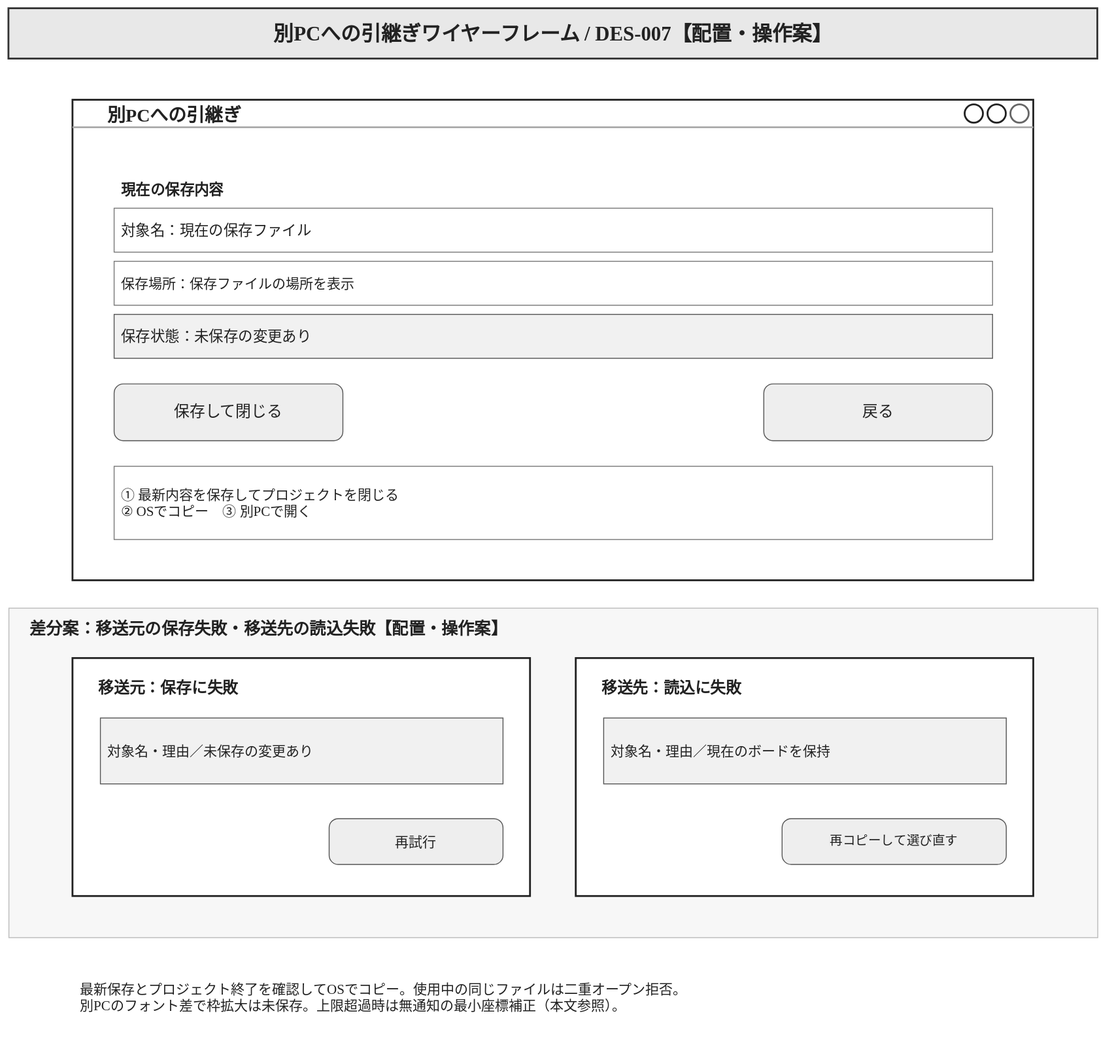
Before: docs/product-design/screen-design/diagrams/transfer-layout.drawio.svg, a diagram exported from draw.io (myzkkzy/reference-app). Source tidied: cells renumbered, new cells last; positions are measured from the earlier drawing's top-left corner, leaving out a move shared by most shapes. Source of this version:
```xml
<mxGraphModel>
  <root>
    <mxCell id="0" />
    <mxCell id="1" parent="0" />
    <mxCell id="2" value="別PCへの引継ぎワイヤーフレーム / DES-007【配置・操作案】" style="rounded=0;fillColor=#E8E8E8;strokeColor=#333333;strokeWidth=2;fontStyle=1;whiteSpace=wrap;html=0;fontFamily=Yu Gothic;fontSize=22;fontColor=#222222;align=center;verticalAlign=middle;spacing=8;" parent="1" vertex="1">
      <mxGeometry width="1190" height="55" as="geometry" />
    </mxCell>
    <mxCell id="3" style="rounded=0;fillColor=#FFFFFF;strokeColor=#222222;strokeWidth=2;whiteSpace=wrap;html=0;fontFamily=Yu Gothic;fontSize=15;fontColor=#222222;align=left;verticalAlign=top;spacing=3;shape=mxgraph.mockup.containers.window;mainText=;strokeColor2=#666666;strokeColor3=#aaaaaa;gradientColor=none;spacingTop=3;" parent="1" vertex="1">
      <mxGeometry x="70" y="100" width="1050" height="525" as="geometry" />
    </mxCell>
    <mxCell id="4" value="別PCへの引継ぎ" style="rounded=0;fillColor=none;strokeColor=none;fontStyle=1;whiteSpace=wrap;html=0;fontFamily=Yu Gothic;fontSize=20;fontColor=#222222;align=left;verticalAlign=middle;spacing=8;" parent="1" vertex="1">
      <mxGeometry x="100" y="101" width="980" height="29" as="geometry" />
    </mxCell>
    <mxCell id="5" value="現在の保存内容" style="rounded=0;fillColor=none;strokeColor=none;fontStyle=1;whiteSpace=wrap;html=0;fontFamily=Yu Gothic;fontSize=16;fontColor=#222222;align=left;verticalAlign=middle;spacing=8;" parent="1" vertex="1">
      <mxGeometry x="115" y="183" width="960" height="30" as="geometry" />
    </mxCell>
    <mxCell id="6" value="対象名：現在の保存ファイル" style="rounded=0;fillColor=#FFFFFF;strokeColor=#777777;strokeWidth=1;whiteSpace=wrap;html=0;fontFamily=Yu Gothic;fontSize=16;fontColor=#222222;align=left;verticalAlign=middle;spacing=8;" parent="1" vertex="1">
      <mxGeometry x="115" y="218" width="960" height="48" as="geometry" />
    </mxCell>
    <mxCell id="7" value="保存場所：保存ファイルの場所を表示" style="rounded=0;fillColor=#FFFFFF;strokeColor=#777777;strokeWidth=1;whiteSpace=wrap;html=0;fontFamily=Yu Gothic;fontSize=15;fontColor=#222222;align=left;verticalAlign=middle;spacing=8;" parent="1" vertex="1">
      <mxGeometry x="115" y="276" width="960" height="48" as="geometry" />
    </mxCell>
    <mxCell id="8" value="保存状態：未保存の変更あり" style="rounded=0;fillColor=#F1F1F1;strokeColor=#555555;strokeWidth=1;whiteSpace=wrap;html=0;fontFamily=Yu Gothic;fontSize=16;fontColor=#222222;align=left;verticalAlign=middle;spacing=8;" parent="1" vertex="1">
      <mxGeometry x="115" y="334" width="960" height="48" as="geometry" />
    </mxCell>
    <mxCell id="9" value="保存して閉じる" style="rounded=1;fillColor=#EEEEEE;strokeColor=#555555;strokeWidth=1;whiteSpace=wrap;html=0;fontFamily=Yu Gothic;fontSize=17;fontColor=#222222;align=center;verticalAlign=middle;spacing=8;shape=mxgraph.mockup.buttons.button;mainText=;buttonStyle=round;gradientColor=none;" parent="1" vertex="1">
      <mxGeometry x="115" y="410" width="250" height="62" as="geometry" />
    </mxCell>
    <mxCell id="10" value="戻る" style="rounded=1;fillColor=#EEEEEE;strokeColor=#555555;strokeWidth=1;whiteSpace=wrap;html=0;fontFamily=Yu Gothic;fontSize=17;fontColor=#222222;align=center;verticalAlign=middle;spacing=8;shape=mxgraph.mockup.buttons.button;mainText=;buttonStyle=round;gradientColor=none;" parent="1" vertex="1">
      <mxGeometry x="825" y="410" width="250" height="62" as="geometry" />
    </mxCell>
    <mxCell id="11" value="① 最新内容を保存してプロジェクトを閉じる&#10;② OSでコピー　③ 別PCで開く" style="rounded=0;fillColor=#FFFFFF;strokeColor=#777777;strokeWidth=1;whiteSpace=wrap;html=0;fontFamily=Yu Gothic;fontSize=15;fontColor=#222222;align=left;verticalAlign=middle;spacing=8;" parent="1" vertex="1">
      <mxGeometry x="115" y="500" width="960" height="80" as="geometry" />
    </mxCell>
    <mxCell id="12" style="rounded=0;fillColor=#F7F7F7;strokeColor=#BBBBBB;strokeWidth=1;whiteSpace=wrap;html=0;fontFamily=Yu Gothic;fontSize=15;fontColor=#222222;align=center;verticalAlign=middle;spacing=8;" parent="1" vertex="1">
      <mxGeometry y="655" width="1190" height="360" as="geometry" />
    </mxCell>
    <mxCell id="13" value="差分案：移送元の保存失敗・移送先の読込失敗【配置・操作案】" style="rounded=0;fillColor=none;strokeColor=none;fontStyle=1;whiteSpace=wrap;html=0;fontFamily=Yu Gothic;fontSize=18;fontColor=#222222;align=left;verticalAlign=middle;spacing=8;" parent="1" vertex="1">
      <mxGeometry x="15" y="663" width="1160" height="30" as="geometry" />
    </mxCell>
    <mxCell id="14" style="rounded=0;fillColor=#FFFFFF;strokeColor=#222222;strokeWidth=2;whiteSpace=wrap;html=0;fontFamily=Yu Gothic;fontSize=15;fontColor=#222222;align=center;verticalAlign=middle;spacing=8;" parent="1" vertex="1">
      <mxGeometry x="70" y="710" width="500" height="260" as="geometry" />
    </mxCell>
    <mxCell id="15" value="移送元：保存に失敗" style="rounded=0;fillColor=none;strokeColor=none;fontStyle=1;whiteSpace=wrap;html=0;fontFamily=Yu Gothic;fontSize=17;fontColor=#222222;align=left;verticalAlign=middle;spacing=8;" parent="1" vertex="1">
      <mxGeometry x="90" y="724" width="460" height="37" as="geometry" />
    </mxCell>
    <mxCell id="16" value="対象名・理由／未保存の変更あり" style="rounded=0;fillColor=#F1F1F1;strokeColor=#555555;strokeWidth=1;whiteSpace=wrap;html=0;fontFamily=Yu Gothic;fontSize=15;fontColor=#222222;align=left;verticalAlign=middle;spacing=8;" parent="1" vertex="1">
      <mxGeometry x="100" y="775" width="440" height="72" as="geometry" />
    </mxCell>
    <mxCell id="17" value="再試行" style="rounded=1;fillColor=#EEEEEE;strokeColor=#555555;strokeWidth=1;whiteSpace=wrap;html=0;fontFamily=Yu Gothic;fontSize=15;fontColor=#222222;align=center;verticalAlign=middle;spacing=8;shape=mxgraph.mockup.buttons.button;mainText=;buttonStyle=round;gradientColor=none;" parent="1" vertex="1">
      <mxGeometry x="350" y="885" width="190" height="50" as="geometry" />
    </mxCell>
    <mxCell id="18" style="rounded=0;fillColor=#FFFFFF;strokeColor=#222222;strokeWidth=2;whiteSpace=wrap;html=0;fontFamily=Yu Gothic;fontSize=15;fontColor=#222222;align=center;verticalAlign=middle;spacing=8;" parent="1" vertex="1">
      <mxGeometry x="620" y="710" width="500" height="260" as="geometry" />
    </mxCell>
    <mxCell id="19" value="移送先：読込に失敗" style="rounded=0;fillColor=none;strokeColor=none;fontStyle=1;whiteSpace=wrap;html=0;fontFamily=Yu Gothic;fontSize=17;fontColor=#222222;align=left;verticalAlign=middle;spacing=8;" parent="1" vertex="1">
      <mxGeometry x="640" y="724" width="460" height="37" as="geometry" />
    </mxCell>
    <mxCell id="20" value="対象名・理由／現在のボードを保持" style="rounded=0;fillColor=#F1F1F1;strokeColor=#555555;strokeWidth=1;whiteSpace=wrap;html=0;fontFamily=Yu Gothic;fontSize=15;fontColor=#222222;align=left;verticalAlign=middle;spacing=8;" parent="1" vertex="1">
      <mxGeometry x="650" y="775" width="440" height="72" as="geometry" />
    </mxCell>
    <mxCell id="21" value="再コピーして選び直す" style="rounded=1;fillColor=#EEEEEE;strokeColor=#555555;strokeWidth=1;whiteSpace=wrap;html=0;fontFamily=Yu Gothic;fontSize=14;fontColor=#222222;align=center;verticalAlign=middle;spacing=8;shape=mxgraph.mockup.buttons.button;mainText=;buttonStyle=round;gradientColor=none;" parent="1" vertex="1">
      <mxGeometry x="845" y="885" width="245" height="50" as="geometry" />
    </mxCell>
    <mxCell id="22" value="最新保存とプロジェクト終了を確認してOSでコピー。使用中の同じファイルは二重オープン拒否。&#10;別PCのフォント差で枠拡大は未保存。上限超過時は無通知の最小座標補正（本文参照）。" style="rounded=0;fillColor=none;strokeColor=none;whiteSpace=wrap;html=0;fontFamily=Yu Gothic;fontSize=15;fontColor=#222222;align=left;verticalAlign=middle;spacing=8;" parent="1" vertex="1">
      <mxGeometry x="70" y="1030" width="1050" height="100" as="geometry" />
    </mxCell>
  </root>
</mxGraphModel>
```
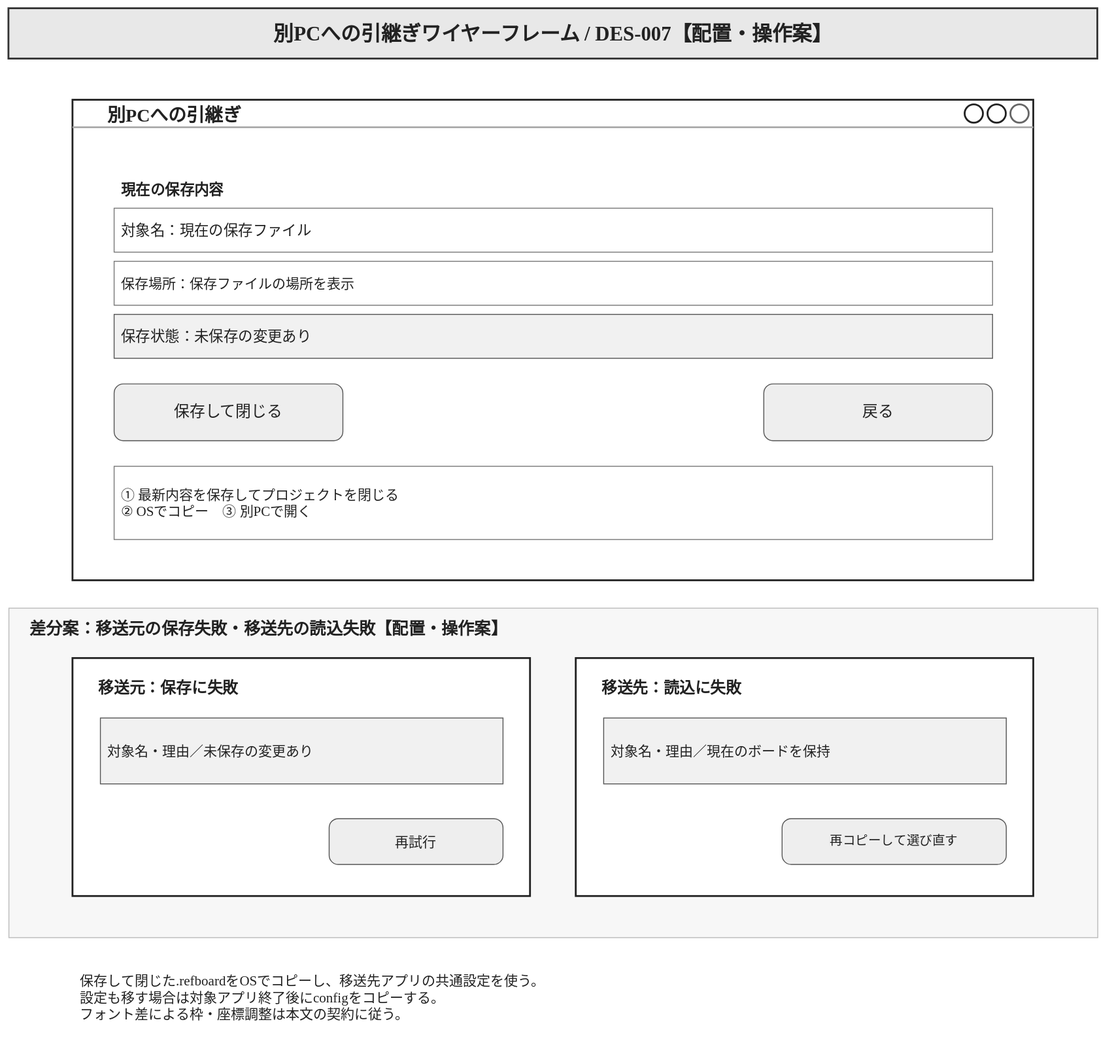
The same file after the commit.

What changed in the source:
```diff
@@ -62,7 +62,7 @@
     <mxCell id="21" value="再コピーして選び直す" style="rounded=1;fillColor=#EEEEEE;strokeColor=#555555;strokeWidth=1;whiteSpace=wrap;html=0;fontFamily=Yu Gothic;fontSize=14;fontColor=#222222;align=center;verticalAlign=middle;spacing=8;shape=mxgraph.mockup.buttons.button;mainText=;buttonStyle=round;gradientColor=none;" parent="1" vertex="1">
       <mxGeometry x="845" y="885" width="245" height="50" as="geometry" />
     </mxCell>
-    <mxCell id="22" value="最新保存とプロジェクト終了を確認してOSでコピー。使用中の同じファイルは二重オープン拒否。&#10;別PCのフォント差で枠拡大は未保存。上限超過時は無通知の最小座標補正（本文参照）。" style="rounded=0;fillColor=none;strokeColor=none;whiteSpace=wrap;html=0;fontFamily=Yu Gothic;fontSize=15;fontColor=#222222;align=left;verticalAlign=middle;spacing=8;" parent="1" vertex="1">
+    <mxCell id="22" value="保存して閉じた.refboardをOSでコピーし、移送先アプリの共通設定を使う。&#10;設定も移す場合は対象アプリ終了後にconfigをコピーする。&#10;フォント差による枠・座標調整は本文の契約に従う。" style="rounded=0;fillColor=none;strokeColor=none;whiteSpace=wrap;html=0;fontFamily=Yu Gothic;fontSize=15;fontColor=#222222;align=left;verticalAlign=middle;spacing=8;" parent="1" vertex="1">
       <mxGeometry x="70" y="1030" width="1050" height="100" as="geometry" />
     </mxCell>
   </root>
```
